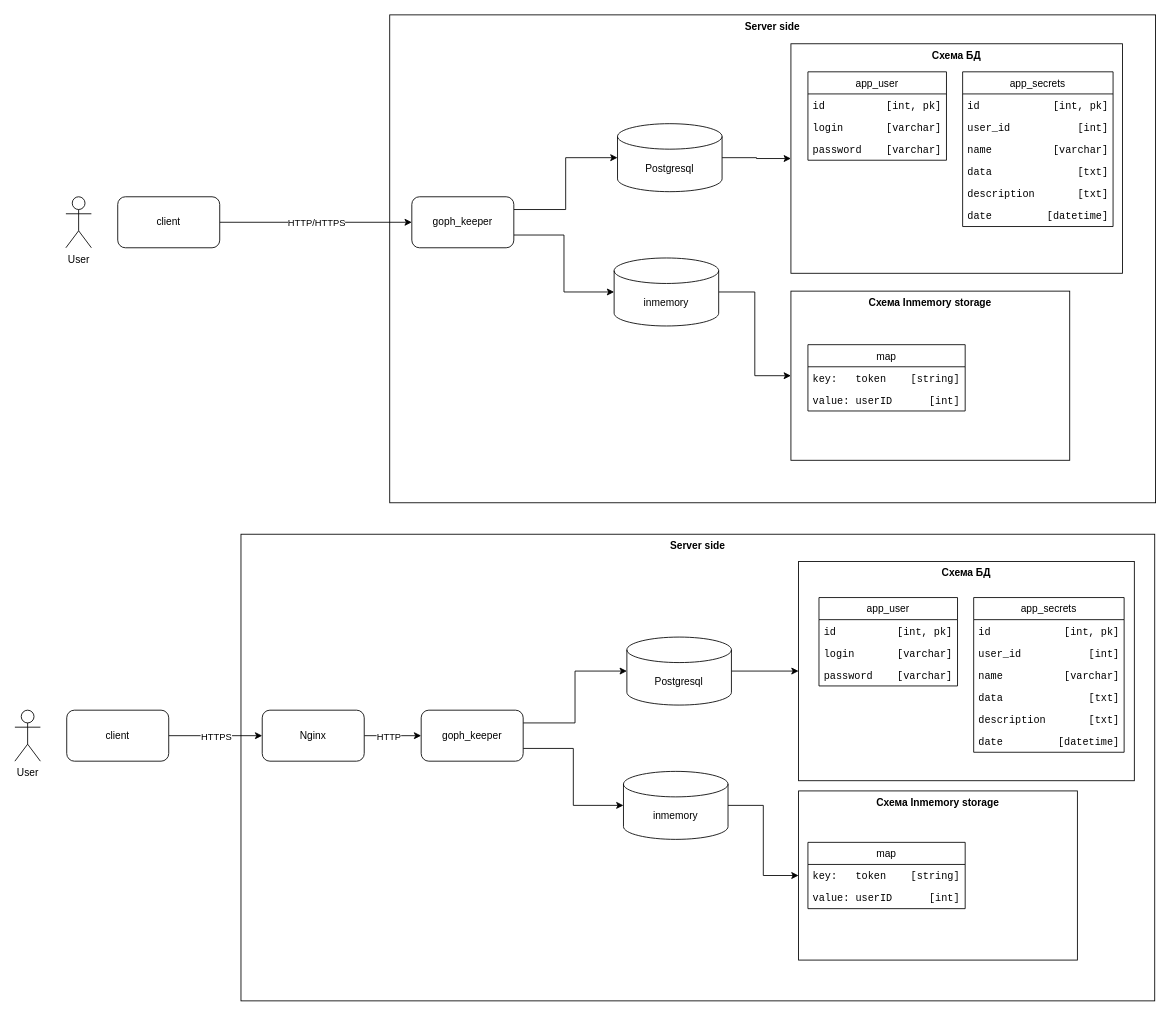
Above: page "App General" (1 of 4) of docs/img/goph_keeper.drawio in yury-nazarov/goph_keeper (draw.io), before the change. Source tidied: cells renumbered, new cells numbered last; positions are measured from the earlier drawing's top-left corner, leaving out a move shared by most shapes. Both pictures are drawn from the tidied source at 85%, with x=0, y=0 at pixel (14, 14).
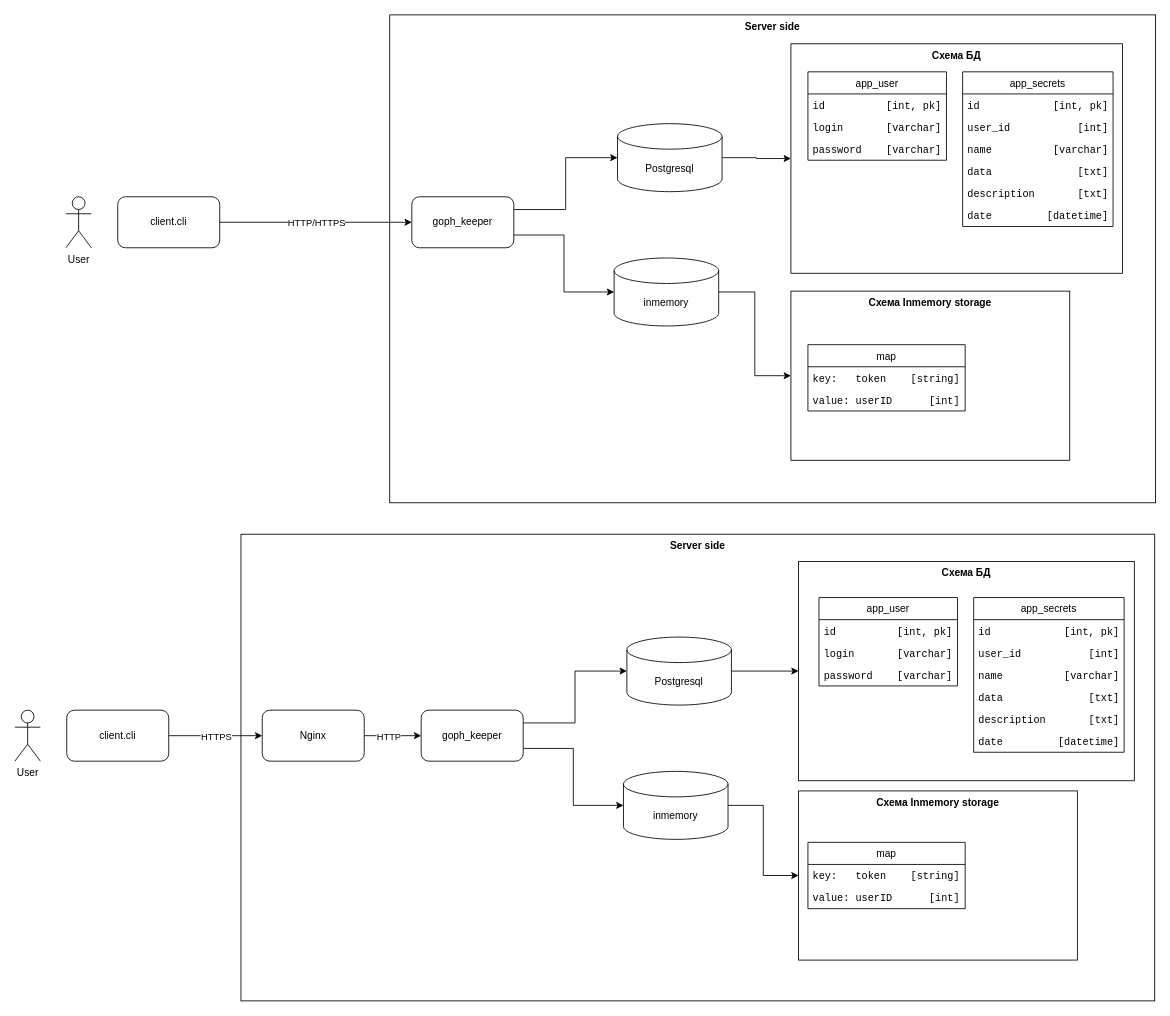
After the change.

Diff of the diagram source:
```diff
@@
-    <mxCell id="15" value="client" style="rounded=1;whiteSpace=wrap;html=1;" parent="1" vertex="1">
+    <mxCell id="15" value="client.cli" style="rounded=1;whiteSpace=wrap;html=1;" parent="1" vertex="1">
       <mxGeometry x="121" y="214" width="120" height="60" as="geometry" />
     </mxCell>
@@
-    <mxCell id="35" value="client" style="rounded=1;whiteSpace=wrap;html=1;" parent="1" vertex="1">
+    <mxCell id="35" value="client.cli" style="rounded=1;whiteSpace=wrap;html=1;" parent="1" vertex="1">
       <mxGeometry x="61" y="818" width="120" height="60" as="geometry" />
     </mxCell>
```
